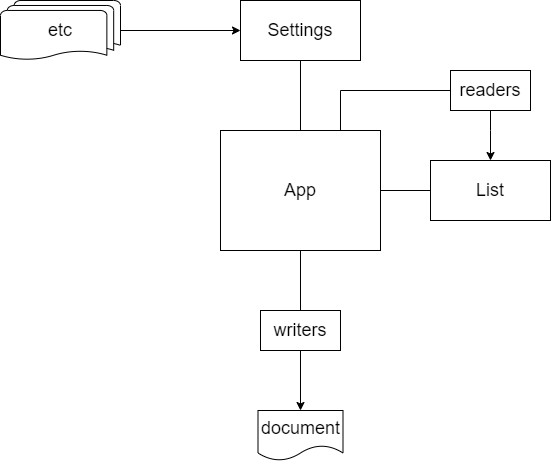
This is doc/sketch.png from sharksmhi/stations, a draw.io export, as it was before one commit. Source tidied: cells renumbered, new cells last; positions are measured from the earlier drawing's top-left corner, leaving out a move shared by most shapes.
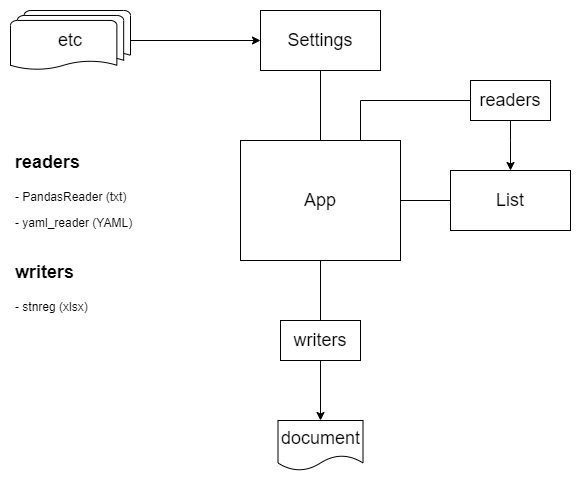
Above is the later version.

Change to the diagram source:
```diff
@@ -18,7 +18,7 @@
       <mxGeometry relative="1" as="geometry" />
     </mxCell>
     <mxCell id="7" value="&lt;font style=&quot;font-size: 18px&quot;&gt;etc&lt;/font&gt;" style="strokeWidth=1;html=1;shape=mxgraph.flowchart.multi-document;whiteSpace=wrap;" parent="1" vertex="1">
-      <mxGeometry width="120" height="60" as="geometry" />
+      <mxGeometry x="-10" width="120" height="60" as="geometry" />
     </mxCell>
     <mxCell id="8" style="edgeStyle=orthogonalEdgeStyle;rounded=0;jettySize=auto;html=1;endArrow=classic;endFill=1;entryX=0.5;entryY=0;entryDx=0;entryDy=0;" parent="1" edge="1" source="9" target="15">
       <mxGeometry relative="1" as="geometry" />
@@ -53,5 +53,11 @@
     <mxCell id="15" value="&lt;font style=&quot;font-size: 18px&quot;&gt;document&lt;/font&gt;" style="shape=document;whiteSpace=wrap;html=1;boundedLbl=1;" parent="1" vertex="1">
       <mxGeometry x="257.5" y="410" width="85" height="50" as="geometry" />
     </mxCell>
+    <mxCell id="16" value="&lt;h1&gt;&lt;font style=&quot;font-size: 18px&quot;&gt;readers&lt;/font&gt;&lt;/h1&gt;&lt;p&gt;- PandasReader (txt)&lt;/p&gt;&lt;p&gt;- yaml_reader (YAML)&lt;/p&gt;" style="text;html=1;strokeColor=none;fillColor=none;spacing=5;spacingTop=-20;whiteSpace=wrap;overflow=hidden;rounded=0;" parent="1" vertex="1">
+      <mxGeometry x="-10" y="130" width="190" height="120" as="geometry" />
+    </mxCell>
+    <mxCell id="17" value="&lt;h1&gt;&lt;font style=&quot;font-size: 18px&quot;&gt;writers&lt;/font&gt;&lt;/h1&gt;&lt;p&gt;&lt;span&gt;- stnreg (xlsx)&lt;/span&gt;&lt;/p&gt;" style="text;html=1;strokeColor=none;fillColor=none;spacing=5;spacingTop=-20;whiteSpace=wrap;overflow=hidden;rounded=0;" parent="1" vertex="1">
+      <mxGeometry x="-10" y="240" width="190" height="120" as="geometry" />
+    </mxCell>
   </root>
 </mxGraphModel>
```
